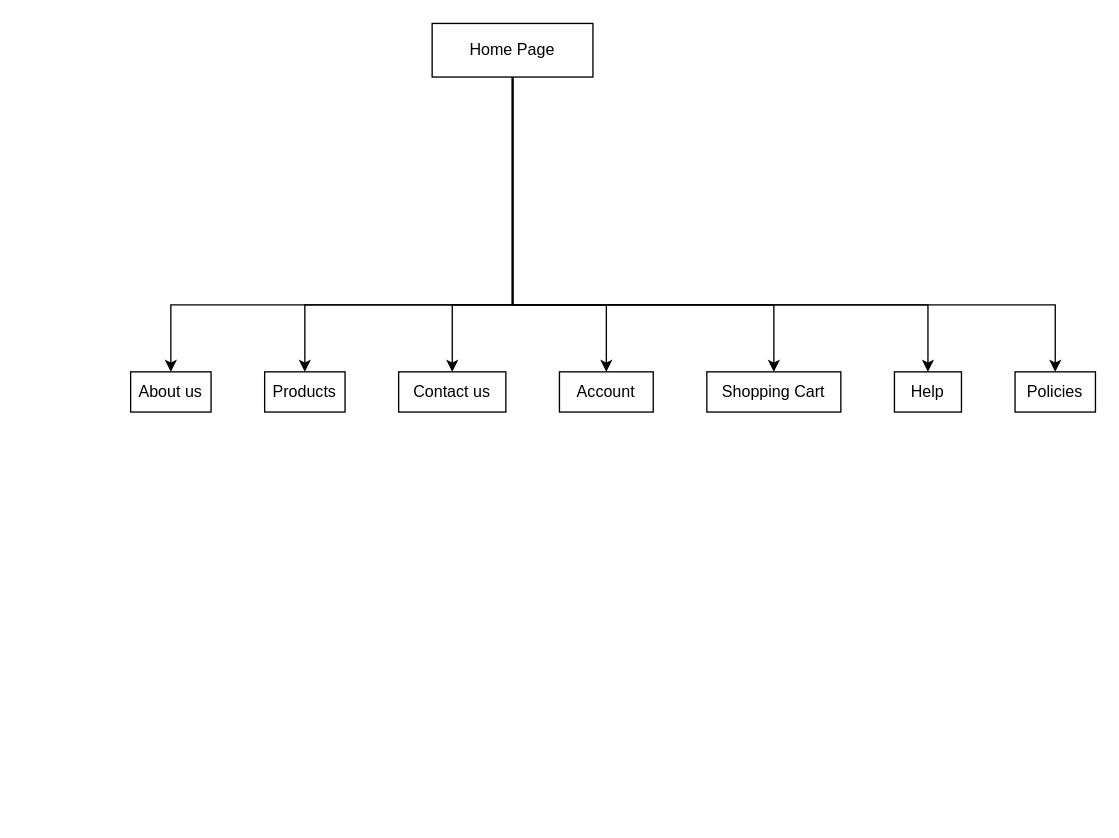
Before: siteLayout.drawio in deviantfred/DeviantSolutions, a draw.io diagram. Source tidied: cells renumbered, new cells numbered last; positions are measured from the earlier drawing's top-left corner, leaving out a move shared by most shapes. Both pictures are drawn from the tidied source at 134%, with x=0, y=0 at pixel (130, 23).
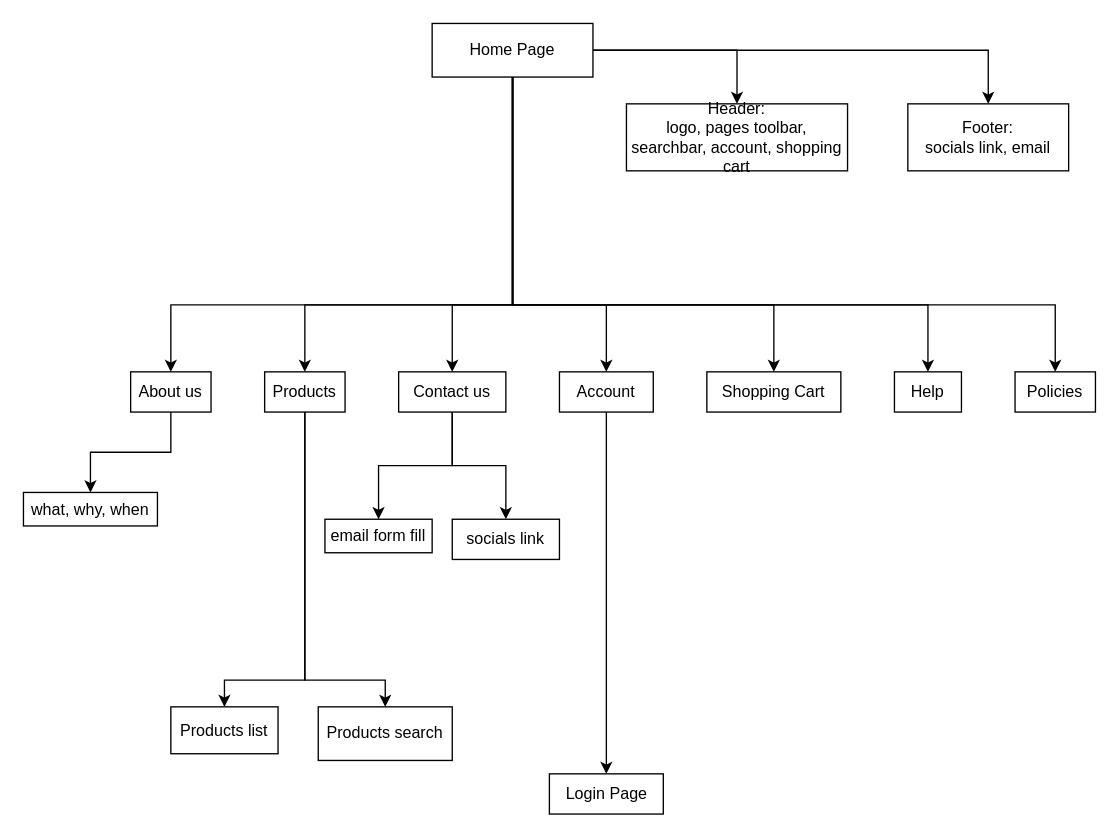
The same page after the edit.

Unchanged cells that the change refers to:
```xml
<mxCell id="3" value="Home Page" style="rounded=0;whiteSpace=wrap;html=1;" parent="1" vertex="1">
  <mxGeometry x="225" width="120" height="40" as="geometry" />
</mxCell>
<mxCell id="4" value="About us" style="rounded=0;whiteSpace=wrap;html=1;" parent="1" vertex="1">
  <mxGeometry y="260" width="60" height="30" as="geometry" />
</mxCell>
<mxCell id="6" value="Products" style="rounded=0;whiteSpace=wrap;html=1;" parent="1" vertex="1">
  <mxGeometry x="100" y="260" width="60" height="30" as="geometry" />
</mxCell>
<mxCell id="8" value="Contact us" style="rounded=0;whiteSpace=wrap;html=1;" parent="1" vertex="1">
  <mxGeometry x="200" y="260" width="80" height="30" as="geometry" />
</mxCell>
<mxCell id="10" value="Account" style="rounded=0;whiteSpace=wrap;html=1;" parent="1" vertex="1">
  <mxGeometry x="320" y="260" width="70" height="30" as="geometry" />
</mxCell>
```

What changed in the source:
```diff
@@
+    <mxCell id="17" style="edgeStyle=orthogonalEdgeStyle;rounded=0;jettySize=auto;html=1;entryX=0.5;entryY=0;entryDx=0;entryDy=0;" parent="1" edge="1" source="3" target="22">
+      <mxGeometry relative="1" as="geometry" />
+    </mxCell>
@@
+    <mxCell id="18" style="edgeStyle=orthogonalEdgeStyle;rounded=0;jettySize=auto;html=1;" parent="1" edge="1" source="4" target="25">
+      <mxGeometry relative="1" as="geometry" />
+    </mxCell>
@@
+    <mxCell id="19" style="edgeStyle=orthogonalEdgeStyle;rounded=0;jettySize=auto;html=1;" parent="1" edge="1" source="6" target="26">
+      <mxGeometry relative="1" as="geometry">
+        <Array as="points">
+          <mxPoint x="130" y="490" />
+          <mxPoint x="70" y="490" />
+        </Array>
+      </mxGeometry>
+    </mxCell>
@@
+    <mxCell id="20" style="edgeStyle=orthogonalEdgeStyle;rounded=0;jettySize=auto;html=1;" parent="1" edge="1" source="8" target="29">
+      <mxGeometry relative="1" as="geometry" />
+    </mxCell>
@@
+    <mxCell id="21" style="edgeStyle=orthogonalEdgeStyle;rounded=0;jettySize=auto;html=1;" parent="1" edge="1" source="10" target="32">
+      <mxGeometry relative="1" as="geometry" />
+    </mxCell>
@@
+    <mxCell id="22" value="&lt;div&gt;Header:&lt;/div&gt;&lt;div&gt;logo, pages toolbar, searchbar, account, shopping cart&lt;br&gt;&lt;/div&gt;" style="rounded=0;whiteSpace=wrap;html=1;" parent="1" vertex="1">
+      <mxGeometry x="370" y="60" width="165" height="50" as="geometry" />
+    </mxCell>
+    <mxCell id="23" value="&lt;div&gt;Footer:&lt;/div&gt;&lt;div&gt;socials link, email&lt;br&gt;&lt;/div&gt;" style="rounded=0;whiteSpace=wrap;html=1;" parent="1" vertex="1">
+      <mxGeometry x="580" y="60" width="120" height="50" as="geometry" />
+    </mxCell>
+    <mxCell id="24" style="endArrow=classic;html=1;rounded=0;exitX=1;exitY=0.5;exitDx=0;exitDy=0;entryX=0.5;entryY=0;entryDx=0;entryDy=0;" parent="1" edge="1" source="3" target="23">
+      <mxGeometry relative="1" as="geometry">
+        <Array as="points">
+          <mxPoint x="640" y="20" />
+        </Array>
+      </mxGeometry>
+    </mxCell>
+    <mxCell id="25" value="what, why, when" style="whiteSpace=wrap;html=1;rounded=0;" parent="1" vertex="1">
+      <mxGeometry x="-80" y="350" width="100" height="25" as="geometry" />
+    </mxCell>
+    <mxCell id="26" value="Products list" style="whiteSpace=wrap;html=1;rounded=0;" parent="1" vertex="1">
+      <mxGeometry x="30" y="510" width="80" height="35" as="geometry" />
+    </mxCell>
+    <mxCell id="27" style="endArrow=classic;html=1;rounded=0;exitX=0.5;exitY=1;exitDx=0;exitDy=0;" parent="1" edge="1" source="6" target="28">
+      <mxGeometry relative="1" as="geometry">
+        <Array as="points">
+          <mxPoint x="130" y="490" />
+          <mxPoint x="190" y="490" />
+        </Array>
+      </mxGeometry>
+    </mxCell>
+    <mxCell id="28" value="Products search" style="rounded=0;whiteSpace=wrap;html=1;" parent="1" vertex="1">
+      <mxGeometry x="140" y="510" width="100" height="40" as="geometry" />
+    </mxCell>
+    <mxCell id="29" value="email form fill" style="whiteSpace=wrap;html=1;rounded=0;" parent="1" vertex="1">
+      <mxGeometry x="145" y="370" width="80" height="25" as="geometry" />
+    </mxCell>
+    <mxCell id="30" style="endArrow=classic;html=1;rounded=0;" parent="1" edge="1" target="31">
+      <mxGeometry relative="1" as="geometry">
+        <mxPoint x="240" y="290" as="sourcePoint" />
+        <Array as="points">
+          <mxPoint x="240" y="330" />
+          <mxPoint x="280" y="330" />
+        </Array>
+      </mxGeometry>
+    </mxCell>
+    <mxCell id="31" value="socials link" style="rounded=0;whiteSpace=wrap;html=1;" parent="1" vertex="1">
+      <mxGeometry x="240" y="370" width="80" height="30" as="geometry" />
+    </mxCell>
+    <mxCell id="32" value="Login Page" style="rounded=0;whiteSpace=wrap;html=1;" parent="1" vertex="1">
+      <mxGeometry x="312.5" y="560" width="85" height="30" as="geometry" />
+    </mxCell>
```
